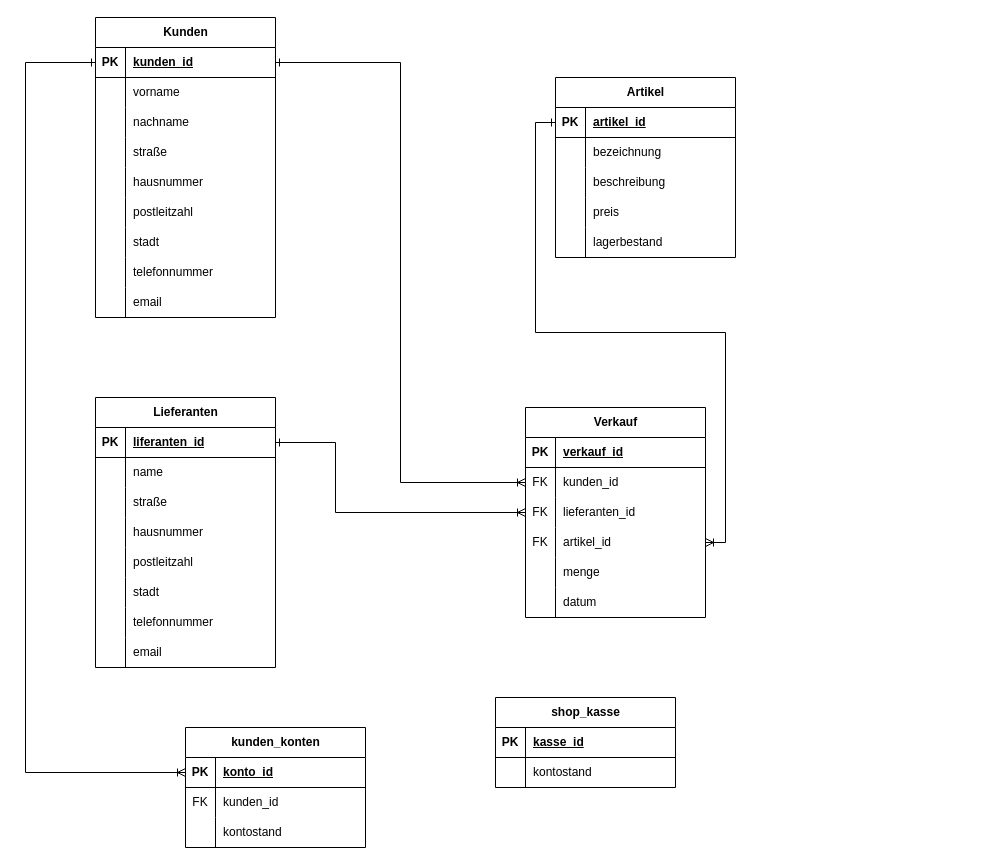
This is LE-12-01/ER Diagramm.drawio from AlieksieienkoDmytro/MySQL-Learning, a draw.io file, before an edit. Source tidied: cells renumbered, new cells numbered last; positions are measured from the earlier drawing's top-left corner, leaving out a move shared by most shapes. Both pictures are drawn from the tidied source at 100%, with x=0, y=0 at pixel (25, 17).
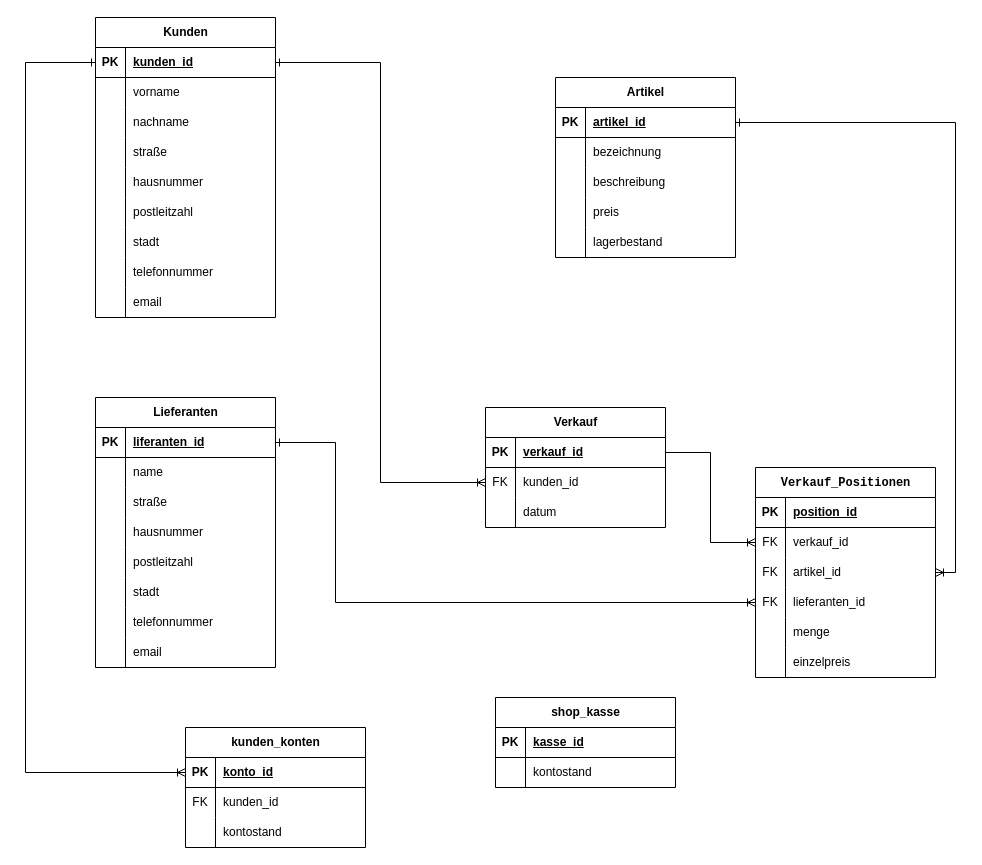
Above is the later version.

Commit message (it also covers changes not shown here):
Enhance database schema and procedures for sales management; add validation and indexing

Unchanged cells that the change refers to:
```xml
<mxCell id="31" style="shape=tableRow;horizontal=0;startSize=0;swimlaneHead=0;swimlaneBody=0;fillColor=none;points=[[0,0.5],[1,0.5]];portConstraint=eastwest;top=0;left=0;right=0;bottom=1;" parent="30" vertex="1">
  <mxGeometry y="30" width="180" height="30" as="geometry" />
</mxCell>
<mxCell id="56" style="shape=tableRow;horizontal=0;startSize=0;swimlaneHead=0;swimlaneBody=0;fillColor=none;points=[[0,0.5],[1,0.5]];portConstraint=eastwest;top=0;left=0;right=0;bottom=1;" parent="55" vertex="1">
  <mxGeometry y="30" width="180" height="30" as="geometry" />
</mxCell>
<mxCell id="72" style="shape=tableRow;horizontal=0;startSize=0;swimlaneHead=0;swimlaneBody=0;fillColor=none;points=[[0,0.5],[1,0.5]];portConstraint=eastwest;top=0;left=0;right=0;bottom=1;" parent="71" vertex="1">
  <mxGeometry y="30" width="180" height="30" as="geometry" />
</mxCell>
```

The edit, as a diff of the source:
```diff
@@
     <mxCell id="71" value="Verkauf" style="shape=table;startSize=30;childLayout=tableLayout;rowLines=0;fontStyle=1;align=center;html=1;" parent="1" vertex="1">
-      <mxGeometry x="500" y="390" width="180" height="210" as="geometry" />
+      <mxGeometry x="460" y="390" width="180" height="120" as="geometry" />
     </mxCell>
@@
-    <mxCell id="78" style="shape=tableRow;horizontal=0;startSize=0;swimlaneHead=0;swimlaneBody=0;fillColor=none;points=[[0,0.5],[1,0.5]];portConstraint=eastwest;top=0;left=0;right=0;bottom=0;" parent="71" vertex="1">
-      <mxGeometry y="90" width="180" height="30" as="geometry" />
-    </mxCell>
-    <mxCell id="79" value="FK" style="shape=partialRectangle;fillColor=none;top=0;left=0;bottom=0;right=0;overflow=hidden;whiteSpace=wrap;html=1;" parent="78" vertex="1">
-      <mxGeometry width="30" height="30" as="geometry" />
-    </mxCell>
-    <mxCell id="80" value="lieferanten_id" style="shape=partialRectangle;fillColor=none;top=0;left=0;bottom=0;right=0;align=left;spacingLeft=6;overflow=hidden;whiteSpace=wrap;html=1;" parent="78" vertex="1">
-      <mxGeometry x="30" width="150" height="30" as="geometry" />
-    </mxCell>
-    <mxCell id="81" style="shape=tableRow;horizontal=0;startSize=0;swimlaneHead=0;swimlaneBody=0;fillColor=none;points=[[0,0.5],[1,0.5]];portConstraint=eastwest;top=0;left=0;right=0;bottom=0;" parent="71" vertex="1">
-      <mxGeometry y="120" width="180" height="30" as="geometry" />
-    </mxCell>
-    <mxCell id="82" value="FK" style="shape=partialRectangle;fillColor=none;top=0;left=0;bottom=0;right=0;overflow=hidden;whiteSpace=wrap;html=1;" parent="81" vertex="1">
-      <mxGeometry width="30" height="30" as="geometry" />
-    </mxCell>
-    <mxCell id="83" value="artikel_id" style="shape=partialRectangle;fillColor=none;top=0;left=0;bottom=0;right=0;align=left;spacingLeft=6;overflow=hidden;whiteSpace=wrap;html=1;" parent="81" vertex="1">
-      <mxGeometry x="30" width="150" height="30" as="geometry" />
-    </mxCell>
-    <mxCell id="84" style="shape=tableRow;horizontal=0;startSize=0;swimlaneHead=0;swimlaneBody=0;fillColor=none;top=0;left=0;right=0;bottom=0;" parent="71" vertex="1">
-      <mxGeometry y="150" width="180" height="30" as="geometry" />
-    </mxCell>
-    <mxCell id="85" style="shape=partialRectangle;fillColor=none;top=0;left=0;bottom=0;right=0;overflow=hidden;whiteSpace=wrap;html=1;" parent="84" vertex="1">
-      <mxGeometry width="30" height="30" as="geometry" />
-    </mxCell>
-    <mxCell id="86" value="menge" style="shape=partialRectangle;fillColor=none;top=0;left=0;bottom=0;right=0;align=left;spacingLeft=6;overflow=hidden;whiteSpace=wrap;html=1;" parent="84" vertex="1">
-      <mxGeometry x="30" width="150" height="30" as="geometry" />
-    </mxCell>
     <mxCell id="87" style="shape=tableRow;horizontal=0;startSize=0;swimlaneHead=0;swimlaneBody=0;fillColor=none;top=0;left=0;right=0;bottom=0;" parent="71" vertex="1">
-      <mxGeometry y="180" width="180" height="30" as="geometry" />
+      <mxGeometry y="90" width="180" height="30" as="geometry" />
     </mxCell>
@@
-    <mxCell id="91" style="edgeStyle=orthogonalEdgeStyle;rounded=0;jettySize=auto;html=1;entryX=0;entryY=0.5;entryDx=0;entryDy=0;startArrow=ERone;startFill=0;endArrow=ERoneToMany;endFill=0;" parent="1" edge="1" source="31" target="78">
-      <mxGeometry relative="1" as="geometry">
-        <Array as="points">
-          <mxPoint x="310" y="425" />
-          <mxPoint x="310" y="495" />
-        </Array>
-      </mxGeometry>
-    </mxCell>
-    <mxCell id="92" style="edgeStyle=orthogonalEdgeStyle;rounded=0;jettySize=auto;html=1;entryX=1;entryY=0.5;entryDx=0;entryDy=0;startArrow=ERone;startFill=0;endArrow=ERoneToMany;endFill=0;" parent="1" edge="1" source="56" target="81">
-      <mxGeometry relative="1" as="geometry" />
-    </mxCell>
@@
+    <mxCell id="111" value="&lt;code&gt;Verkauf_Positionen&lt;/code&gt;" style="shape=table;startSize=30;childLayout=tableLayout;rowLines=0;fontStyle=1;align=center;html=1;" parent="1" vertex="1">
+      <mxGeometry x="730" y="450" width="180" height="210" as="geometry" />
+    </mxCell>
+    <mxCell id="112" style="shape=tableRow;horizontal=0;startSize=0;swimlaneHead=0;swimlaneBody=0;fillColor=none;top=0;left=0;right=0;bottom=1;" parent="111" vertex="1">
+      <mxGeometry y="30" width="180" height="30" as="geometry" />
+    </mxCell>
+    <mxCell id="113" value="PK" style="shape=partialRectangle;fillColor=none;top=0;left=0;bottom=0;right=0;fontStyle=1;overflow=hidden;whiteSpace=wrap;html=1;" parent="112" vertex="1">
+      <mxGeometry width="30" height="30" as="geometry" />
+    </mxCell>
+    <mxCell id="114" value="position_id" style="shape=partialRectangle;fillColor=none;top=0;left=0;bottom=0;right=0;align=left;spacingLeft=6;fontStyle=5;overflow=hidden;whiteSpace=wrap;html=1;" parent="112" vertex="1">
+      <mxGeometry x="30" width="150" height="30" as="geometry" />
+    </mxCell>
+    <mxCell id="115" style="shape=tableRow;horizontal=0;startSize=0;swimlaneHead=0;swimlaneBody=0;fillColor=none;points=[[0,0.5],[1,0.5]];portConstraint=eastwest;top=0;left=0;right=0;bottom=0;" parent="111" vertex="1">
+      <mxGeometry y="60" width="180" height="30" as="geometry" />
+    </mxCell>
+    <mxCell id="116" value="FK" style="shape=partialRectangle;fillColor=none;top=0;left=0;bottom=0;right=0;overflow=hidden;whiteSpace=wrap;html=1;" parent="115" vertex="1">
+      <mxGeometry width="30" height="30" as="geometry" />
+    </mxCell>
+    <mxCell id="117" value="verkauf_id" style="shape=partialRectangle;fillColor=none;top=0;left=0;bottom=0;right=0;align=left;spacingLeft=6;overflow=hidden;whiteSpace=wrap;html=1;" parent="115" vertex="1">
+      <mxGeometry x="30" width="150" height="30" as="geometry" />
+    </mxCell>
+    <mxCell id="78" style="shape=tableRow;horizontal=0;startSize=0;swimlaneHead=0;swimlaneBody=0;fillColor=none;points=[[0,0.5],[1,0.5]];portConstraint=eastwest;top=0;left=0;right=0;bottom=0;" parent="111" vertex="1">
+      <mxGeometry y="90" width="180" height="30" as="geometry" />
+    </mxCell>
+    <mxCell id="118" value="FK" style="shape=partialRectangle;fillColor=none;top=0;left=0;bottom=0;right=0;overflow=hidden;whiteSpace=wrap;html=1;" parent="78" vertex="1">
+      <mxGeometry width="30" height="30" as="geometry" />
+    </mxCell>
+    <mxCell id="83" value="artikel_id" style="shape=partialRectangle;fillColor=none;top=0;left=0;bottom=0;right=0;align=left;spacingLeft=6;overflow=hidden;whiteSpace=wrap;html=1;" parent="78" vertex="1">
+      <mxGeometry x="30" width="150" height="30" as="geometry" />
+    </mxCell>
+    <mxCell id="81" style="shape=tableRow;horizontal=0;startSize=0;swimlaneHead=0;swimlaneBody=0;fillColor=none;points=[[0,0.5],[1,0.5]];portConstraint=eastwest;top=0;left=0;right=0;bottom=0;" parent="111" vertex="1">
+      <mxGeometry y="120" width="180" height="30" as="geometry" />
+    </mxCell>
+    <mxCell id="119" value="FK" style="shape=partialRectangle;fillColor=none;top=0;left=0;bottom=0;right=0;overflow=hidden;whiteSpace=wrap;html=1;" parent="81" vertex="1">
+      <mxGeometry width="30" height="30" as="geometry" />
+    </mxCell>
+    <mxCell id="80" value="lieferanten_id" style="shape=partialRectangle;fillColor=none;top=0;left=0;bottom=0;right=0;align=left;spacingLeft=6;overflow=hidden;whiteSpace=wrap;html=1;" parent="81" vertex="1">
+      <mxGeometry x="30" width="150" height="30" as="geometry" />
+    </mxCell>
+    <mxCell id="84" style="shape=tableRow;horizontal=0;startSize=0;swimlaneHead=0;swimlaneBody=0;fillColor=none;top=0;left=0;right=0;bottom=0;" parent="111" vertex="1">
+      <mxGeometry y="150" width="180" height="30" as="geometry" />
+    </mxCell>
+    <mxCell id="120" style="shape=partialRectangle;fillColor=none;top=0;left=0;bottom=0;right=0;overflow=hidden;whiteSpace=wrap;html=1;" parent="84" vertex="1">
+      <mxGeometry width="30" height="30" as="geometry" />
+    </mxCell>
+    <mxCell id="86" value="menge" style="shape=partialRectangle;fillColor=none;top=0;left=0;bottom=0;right=0;align=left;spacingLeft=6;overflow=hidden;whiteSpace=wrap;html=1;" parent="84" vertex="1">
+      <mxGeometry x="30" width="150" height="30" as="geometry" />
+    </mxCell>
+    <mxCell id="121" style="shape=tableRow;horizontal=0;startSize=0;swimlaneHead=0;swimlaneBody=0;fillColor=none;top=0;left=0;right=0;bottom=0;" parent="111" vertex="1">
+      <mxGeometry y="180" width="180" height="30" as="geometry" />
+    </mxCell>
+    <mxCell id="122" style="shape=partialRectangle;fillColor=none;top=0;left=0;bottom=0;right=0;overflow=hidden;whiteSpace=wrap;html=1;" parent="121" vertex="1">
+      <mxGeometry width="30" height="30" as="geometry" />
+    </mxCell>
+    <mxCell id="123" value="einzelpreis" style="shape=partialRectangle;fillColor=none;top=0;left=0;bottom=0;right=0;align=left;spacingLeft=6;overflow=hidden;whiteSpace=wrap;html=1;" parent="121" vertex="1">
+      <mxGeometry x="30" width="150" height="30" as="geometry" />
+    </mxCell>
+    <mxCell id="124" style="edgeStyle=orthogonalEdgeStyle;rounded=0;jettySize=auto;html=1;entryX=1;entryY=0.5;entryDx=0;entryDy=0;startArrow=ERone;startFill=0;endArrow=ERoneToMany;endFill=0;" parent="1" edge="1" source="56" target="78">
+      <mxGeometry relative="1" as="geometry" />
+    </mxCell>
+    <mxCell id="125" style="edgeStyle=orthogonalEdgeStyle;rounded=0;jettySize=auto;html=1;entryX=0;entryY=0.5;entryDx=0;entryDy=0;startArrow=baseDash;startFill=0;endArrow=ERoneToMany;endFill=0;" parent="1" edge="1" source="72" target="115">
+      <mxGeometry relative="1" as="geometry" />
+    </mxCell>
+    <mxCell id="126" style="edgeStyle=orthogonalEdgeStyle;rounded=0;jettySize=auto;html=1;entryX=0;entryY=0.5;entryDx=0;entryDy=0;startArrow=ERone;startFill=0;endArrow=ERoneToMany;endFill=0;" parent="1" edge="1" source="31" target="81">
+      <mxGeometry relative="1" as="geometry">
+        <Array as="points">
+          <mxPoint x="310" y="425" />
+          <mxPoint x="310" y="585" />
+        </Array>
+      </mxGeometry>
+    </mxCell>
```
